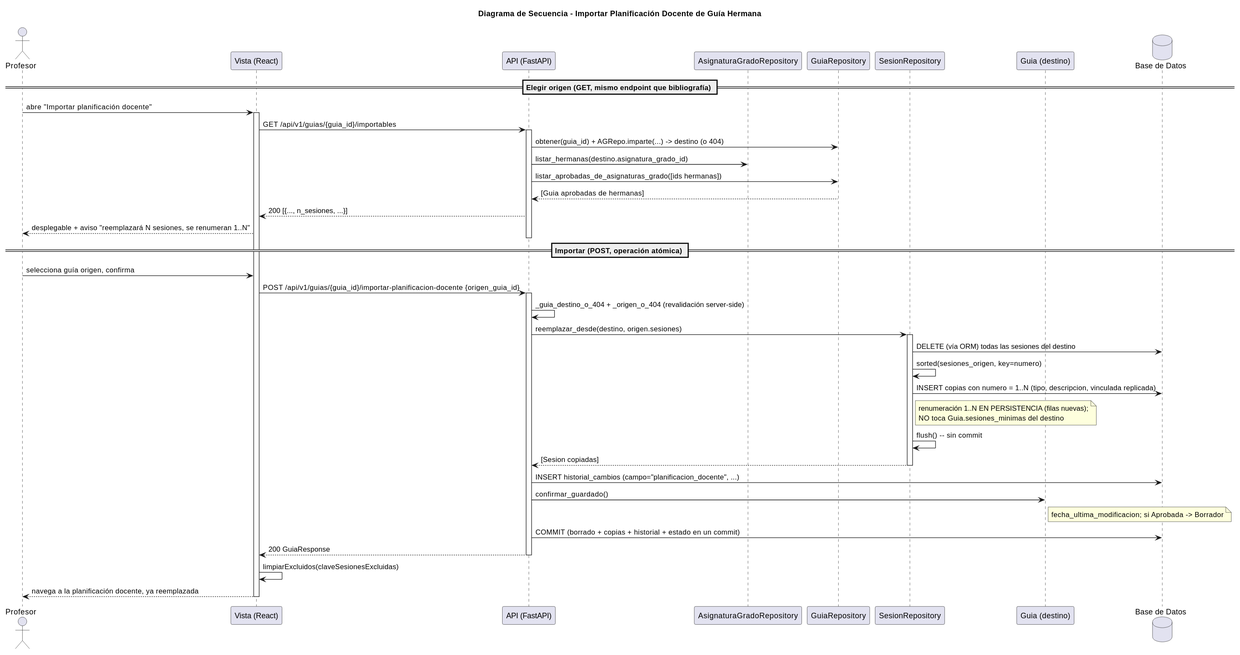
Earlier version of the PlantUML export images/RUP/03-diseño/casos-uso/importarPlanificacionDocenteDeGuiaHermana/secuencia.svg (mmasias/pyCeldaPublico). Source of this version:
```plantuml
@startuml
title Diagrama de Secuencia - Importar Planificación Docente de Guía Hermana

actor "Profesor" as Profesor
participant "Vista (React)" as Vista
participant "API (FastAPI)" as API
participant "AsignaturaGradoRepository" as AGRepo
participant "GuiaRepository" as GuiaRepo
participant "SesionRepository" as SesionRepo
participant "Guia (destino)" as Guia
database "Base de Datos" as DB

== Elegir origen (GET, mismo endpoint que bibliografía) ==

Profesor -> Vista: abre "Importar planificación docente"
activate Vista
Vista -> API: GET /api/v1/guias/{guia_id}/importables
activate API
API -> GuiaRepo: obtener(guia_id) + AGRepo.imparte(...)  -> destino (o 404)
API -> AGRepo: listar_hermanas(destino.asignatura_grado_id)
API -> GuiaRepo: listar_aprobadas_de_asignaturas_grado([ids hermanas])
GuiaRepo --> API: [Guia aprobadas de hermanas]
API --> Vista: 200 [{..., n_sesiones, ...}]
Vista --> Profesor: desplegable + aviso "reemplazará N sesiones, se renumeran 1..N"
deactivate API

== Importar (POST, operación atómica) ==

Profesor -> Vista: selecciona guía origen, confirma
Vista -> API: POST /api/v1/guias/{guia_id}/importar-planificacion-docente {origen_guia_id}
activate API
API -> API: _guia_destino_o_404 + _origen_o_404 (revalidación server-side)
API -> SesionRepo: reemplazar_desde(destino, origen.sesiones)
activate SesionRepo
SesionRepo -> DB: DELETE (vía ORM) todas las sesiones del destino
SesionRepo -> SesionRepo: sorted(sesiones_origen, key=numero)
SesionRepo -> DB: INSERT copias con numero = 1..N (tipo, descripcion, vinculada replicada)
note right of SesionRepo: renumeración 1..N EN PERSISTENCIA (filas nuevas);\nNO toca Guia.sesiones_minimas del destino
SesionRepo -> SesionRepo: flush() -- sin commit
SesionRepo --> API: [Sesion copiadas]
deactivate SesionRepo
API -> DB: INSERT historial_cambios (campo="planificacion_docente", ...)
API -> Guia: confirmar_guardado()
note right of Guia: fecha_ultima_modificacion; si Aprobada -> Borrador
API -> DB: COMMIT (borrado + copias + historial + estado en un commit)
API --> Vista: 200 GuiaResponse
deactivate API
Vista -> Vista: limpiarExcluidos(claveSesionesExcluidas)
Vista --> Profesor: navega a la planificación docente, ya reemplazada
deactivate Vista
@enduml
```
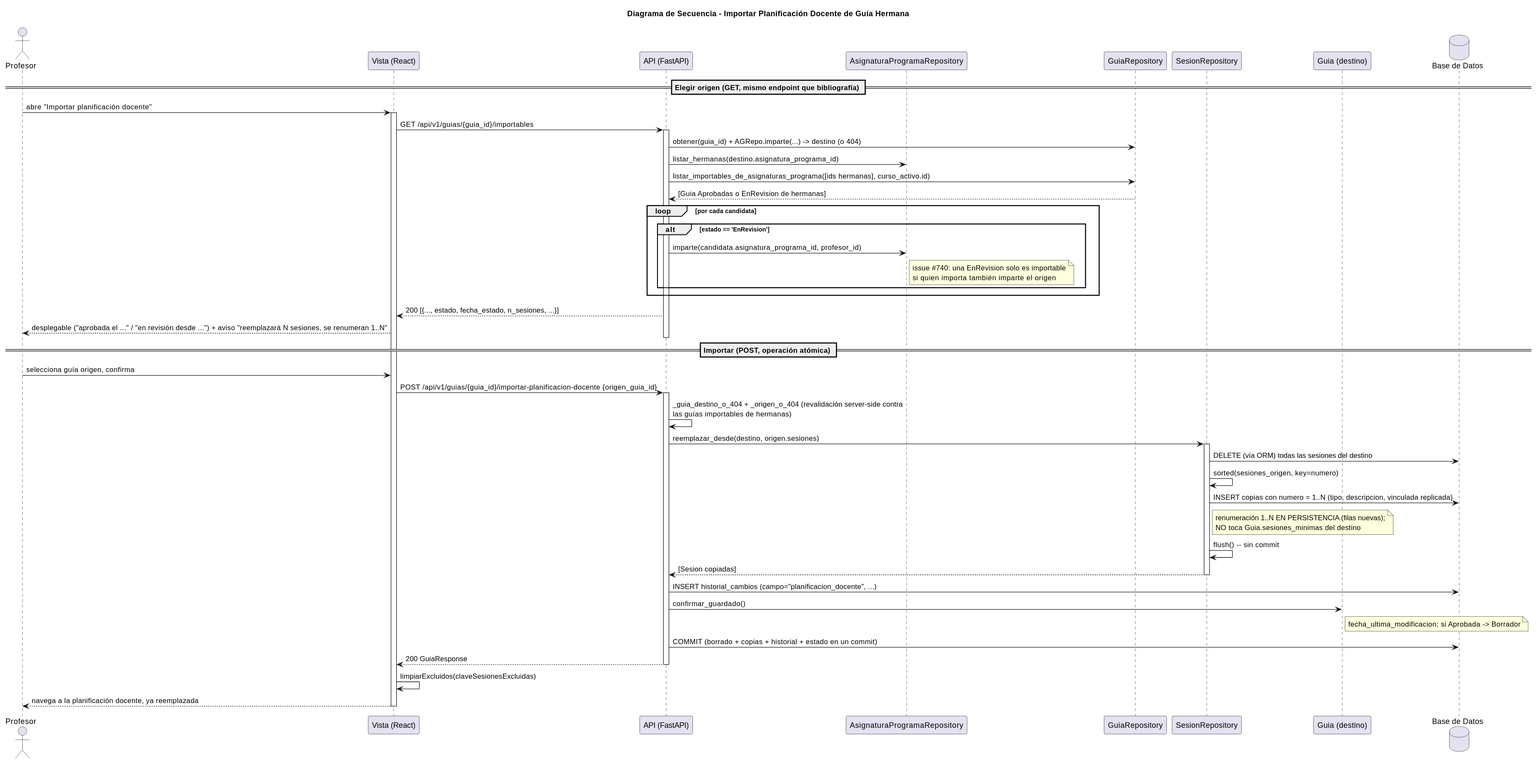
Later version of the same file.

Change to the diagram source:
```diff
@@ -4,7 +4,7 @@
 actor "Profesor" as Profesor
 participant "Vista (React)" as Vista
 participant "API (FastAPI)" as API
-participant "AsignaturaGradoRepository" as AGRepo
+participant "AsignaturaProgramaRepository" as AGRepo
 participant "GuiaRepository" as GuiaRepo
 participant "SesionRepository" as SesionRepo
 participant "Guia (destino)" as Guia
@@ -17,11 +17,17 @@
 Vista -> API: GET /api/v1/guias/{guia_id}/importables
 activate API
 API -> GuiaRepo: obtener(guia_id) + AGRepo.imparte(...)  -> destino (o 404)
-API -> AGRepo: listar_hermanas(destino.asignatura_grado_id)
-API -> GuiaRepo: listar_aprobadas_de_asignaturas_grado([ids hermanas])
-GuiaRepo --> API: [Guia aprobadas de hermanas]
-API --> Vista: 200 [{..., n_sesiones, ...}]
-Vista --> Profesor: desplegable + aviso "reemplazará N sesiones, se renumeran 1..N"
+API -> AGRepo: listar_hermanas(destino.asignatura_programa_id)
+API -> GuiaRepo: listar_importables_de_asignaturas_programa([ids hermanas], curso_activo.id)
+GuiaRepo --> API: [Guia Aprobadas o EnRevision de hermanas]
+loop por cada candidata
+    alt estado == 'EnRevision'
+        API -> AGRepo: imparte(candidata.asignatura_programa_id, profesor_id)
+        note right of AGRepo: issue #740: una EnRevision solo es importable\nsi quien importa también imparte el origen
+    end
+end
+API --> Vista: 200 [{..., estado, fecha_estado, n_sesiones, ...}]
+Vista --> Profesor: desplegable ("aprobada el ..." / "en revisión desde ...") + aviso "reemplazará N sesiones, se renumeran 1..N"
 deactivate API
 
 == Importar (POST, operación atómica) ==
@@ -29,7 +35,7 @@
 Profesor -> Vista: selecciona guía origen, confirma
 Vista -> API: POST /api/v1/guias/{guia_id}/importar-planificacion-docente {origen_guia_id}
 activate API
-API -> API: _guia_destino_o_404 + _origen_o_404 (revalidación server-side)
+API -> API: _guia_destino_o_404 + _origen_o_404 (revalidación server-side contra\nlas guías importables de hermanas)
 API -> SesionRepo: reemplazar_desde(destino, origen.sesiones)
 activate SesionRepo
 SesionRepo -> DB: DELETE (vía ORM) todas las sesiones del destino
```
